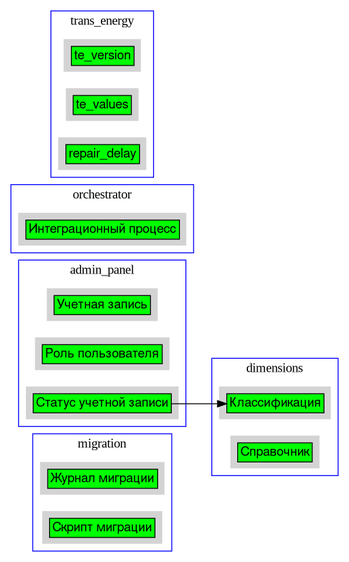
Before: viz/logic_model.gv.png, a diagram exported from Graphviz (larcefox/yalmm_viz). Its source is kept beside it as viz/logic_model.gv.
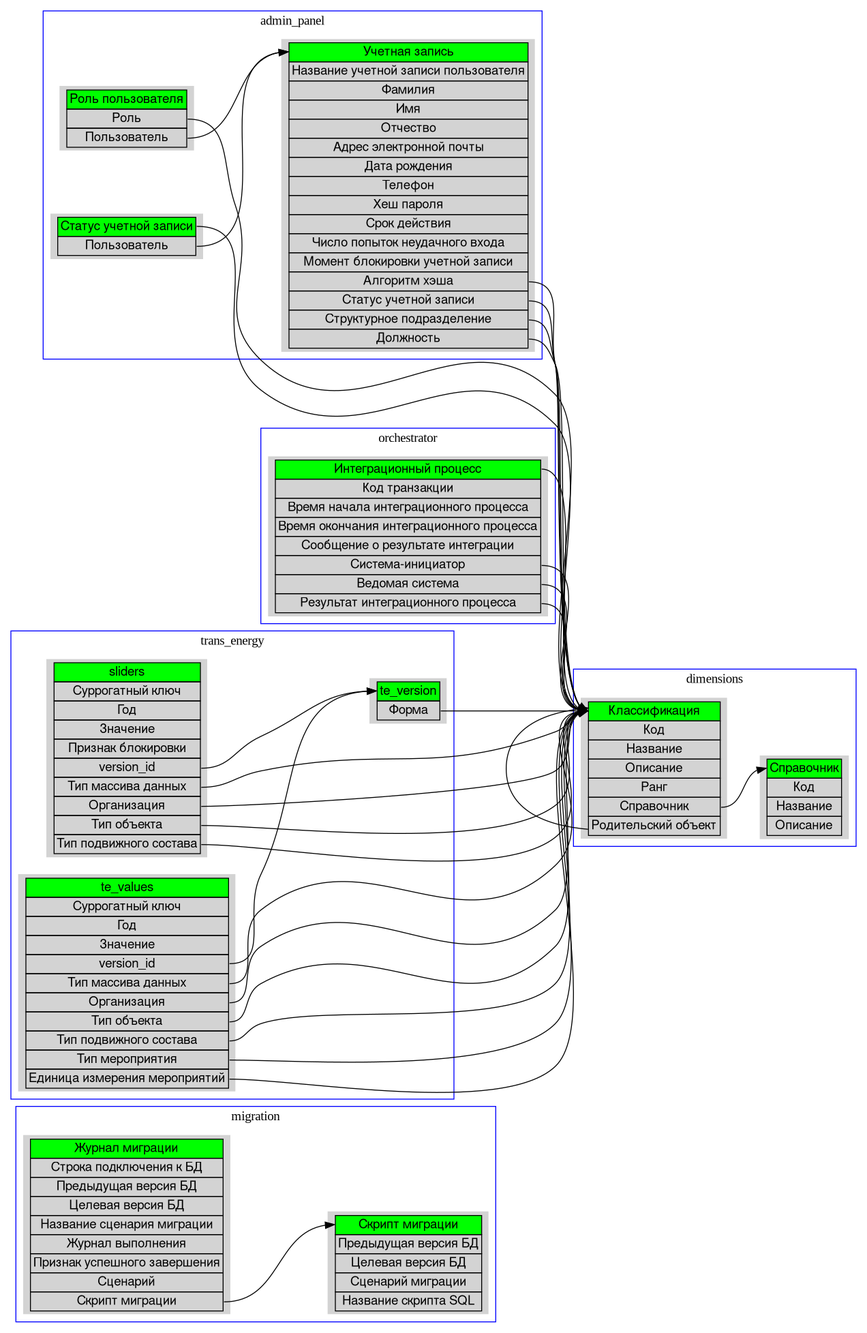
After the change.

The edit, as a diff of the source:
```diff
@@ -5,37 +5,89 @@
 		node [shape=plaintext style=filled]
 		color=blue
 		label=migration
-		"Журнал миграции" [label=<<TABLE BORDER="0" CELLBORDER="1" CELLSPACING="0"><TR><TD bgcolor="green" PORT="0">Журнал миграции</TD></TR></TABLE>>]
-		"Скрипт миграции" [label=<<TABLE BORDER="0" CELLBORDER="1" CELLSPACING="0"><TR><TD bgcolor="green" PORT="0">Скрипт миграции</TD></TR></TABLE>>]
+	}
+	subgraph cluster_0 {
+		node [shape=plaintext style=filled]
+		color=blue
+		label=migration
+		"Журнал миграции" [label=<<TABLE BORDER="0" CELLBORDER="1" CELLSPACING="0"><TR><TD bgcolor="green" PORT="0">Журнал миграции</TD></TR><TR><TD  PORT="1">Строка подключения к БД</TD></TR><TR><TD  PORT="2">Предыдущая версия БД</TD></TR><TR><TD  PORT="3">Целевая версия БД</TD></TR><TR><TD  PORT="4">Название сценария миграции</TD></TR><TR><TD  PORT="5">Журнал выполнения</TD></TR><TR><TD  PORT="6">Признак успешного завершения</TD></TR><TR><TD  PORT="7">Сценарий</TD></TR><TR><TD  PORT="8">Скрипт миграции</TD></TR></TABLE>>]
+		"Скрипт миграции" [label=<<TABLE BORDER="0" CELLBORDER="1" CELLSPACING="0"><TR><TD bgcolor="green" PORT="0">Скрипт миграции</TD></TR><TR><TD  PORT="1">Предыдущая версия БД</TD></TR><TR><TD  PORT="2">Целевая версия БД</TD></TR><TR><TD  PORT="3">Сценарий миграции</TD></TR><TR><TD  PORT="4">Название скрипта SQL</TD></TR></TABLE>>]
+		"Журнал миграции":8 -> "Скрипт миграции":0
 	}
 	subgraph cluster_1 {
 		node [shape=plaintext style=filled]
 		color=blue
 		label=dimensions
-		"Классификация" [label=<<TABLE BORDER="0" CELLBORDER="1" CELLSPACING="0"><TR><TD bgcolor="green" PORT="0">Классификация</TD></TR></TABLE>>]
-		"Справочник" [label=<<TABLE BORDER="0" CELLBORDER="1" CELLSPACING="0"><TR><TD bgcolor="green" PORT="0">Справочник</TD></TR></TABLE>>]
+	}
+	subgraph cluster_1 {
+		node [shape=plaintext style=filled]
+		color=blue
+		label=dimensions
+		"Классификация" [label=<<TABLE BORDER="0" CELLBORDER="1" CELLSPACING="0"><TR><TD bgcolor="green" PORT="0">Классификация</TD></TR><TR><TD  PORT="1">Код</TD></TR><TR><TD  PORT="2">Название</TD></TR><TR><TD  PORT="3">Описание</TD></TR><TR><TD  PORT="4">Ранг</TD></TR><TR><TD  PORT="5">Справочник</TD></TR><TR><TD  PORT="6">Родительский объект</TD></TR></TABLE>>]
+		"Справочник" [label=<<TABLE BORDER="0" CELLBORDER="1" CELLSPACING="0"><TR><TD bgcolor="green" PORT="0">Справочник</TD></TR><TR><TD  PORT="1">Код</TD></TR><TR><TD  PORT="2">Название</TD></TR><TR><TD  PORT="3">Описание</TD></TR></TABLE>>]
+		"Классификация":5 -> "Справочник":0
+		"Классификация":6 -> "Классификация":0
 	}
 	subgraph cluster_2 {
 		node [shape=plaintext style=filled]
 		color=blue
 		label=admin_panel
-		"Учетная запись" [label=<<TABLE BORDER="0" CELLBORDER="1" CELLSPACING="0"><TR><TD bgcolor="green" PORT="0">Учетная запись</TD></TR></TABLE>>]
-		"Роль пользователя" [label=<<TABLE BORDER="0" CELLBORDER="1" CELLSPACING="0"><TR><TD bgcolor="green" PORT="0">Роль пользователя</TD></TR></TABLE>>]
-		"Статус учетной записи" [label=<<TABLE BORDER="0" CELLBORDER="1" CELLSPACING="0"><TR><TD bgcolor="green" PORT="0">Статус учетной записи</TD></TR></TABLE>>]
+	}
+	subgraph cluster_2 {
+		node [shape=plaintext style=filled]
+		color=blue
+		label=admin_panel
+		"Учетная запись" [label=<<TABLE BORDER="0" CELLBORDER="1" CELLSPACING="0"><TR><TD bgcolor="green" PORT="0">Учетная запись</TD></TR><TR><TD  PORT="1">Название учетной записи пользователя</TD></TR><TR><TD  PORT="2">Фамилия</TD></TR><TR><TD  PORT="3">Имя</TD></TR><TR><TD  PORT="4">Отчество</TD></TR><TR><TD  PORT="5">Адрес электронной почты</TD></TR><TR><TD  PORT="6">Дата рождения</TD></TR><TR><TD  PORT="7">Телефон</TD></TR><TR><TD  PORT="8">Хеш пароля</TD></TR><TR><TD  PORT="9">Срок действия</TD></TR><TR><TD  PORT="10">Число попыток неудачного входа</TD></TR><TR><TD  PORT="11">Момент блокировки учетной записи</TD></TR><TR><TD  PORT="12">Алгоритм хэша</TD></TR><TR><TD  PORT="13">Статус учетной записи</TD></TR><TR><TD  PORT="14">Структурное подразделение</TD></TR><TR><TD  PORT="15">Должность</TD></TR></TABLE>>]
+		"Роль пользователя" [label=<<TABLE BORDER="0" CELLBORDER="1" CELLSPACING="0"><TR><TD bgcolor="green" PORT="0">Роль пользователя</TD></TR><TR><TD  PORT="1">Роль</TD></TR><TR><TD  PORT="2">Пользователь</TD></TR></TABLE>>]
+		"Статус учетной записи" [label=<<TABLE BORDER="0" CELLBORDER="1" CELLSPACING="0"><TR><TD bgcolor="green" PORT="0">Статус учетной записи</TD></TR><TR><TD  PORT="1">Пользователь</TD></TR></TABLE>>]
+		"Учетная запись":12 -> "Классификация":0
+		"Учетная запись":13 -> "Классификация":0
+		"Учетная запись":14 -> "Классификация":0
+		"Учетная запись":15 -> "Классификация":0
+		"Роль пользователя":1 -> "Классификация":0
+		"Роль пользователя":2 -> "Учетная запись":0
 		"Статус учетной записи":0 -> "Классификация":0
+		"Статус учетной записи":1 -> "Учетная запись":0
 	}
 	subgraph cluster_3 {
 		node [shape=plaintext style=filled]
 		color=blue
 		label=orchestrator
-		"Интеграционный процесс" [label=<<TABLE BORDER="0" CELLBORDER="1" CELLSPACING="0"><TR><TD bgcolor="green" PORT="0">Интеграционный процесс</TD></TR></TABLE>>]
+	}
+	subgraph cluster_3 {
+		node [shape=plaintext style=filled]
+		color=blue
+		label=orchestrator
+		"Интеграционный процесс" [label=<<TABLE BORDER="0" CELLBORDER="1" CELLSPACING="0"><TR><TD bgcolor="green" PORT="0">Интеграционный процесс</TD></TR><TR><TD  PORT="1">Код транзакции</TD></TR><TR><TD  PORT="2">Время начала интеграционного процесса</TD></TR><TR><TD  PORT="3">Время окончания интеграционного процесса</TD></TR><TR><TD  PORT="4">Сообщение о результате интеграции</TD></TR><TR><TD  PORT="5">Система-инициатор</TD></TR><TR><TD  PORT="6">Ведомая система</TD></TR><TR><TD  PORT="7">Результат интеграционного процесса</TD></TR></TABLE>>]
+		"Интеграционный процесс":5 -> "Классификация":0
+		"Интеграционный процесс":6 -> "Классификация":0
+		"Интеграционный процесс":0 -> "Классификация":0
+		"Интеграционный процесс":7 -> "Классификация":0
 	}
 	subgraph cluster_4 {
 		node [shape=plaintext style=filled]
 		color=blue
 		label=trans_energy
-		te_version [label=<<TABLE BORDER="0" CELLBORDER="1" CELLSPACING="0"><TR><TD bgcolor="green" PORT="0">te_version</TD></TR></TABLE>>]
-		te_values [label=<<TABLE BORDER="0" CELLBORDER="1" CELLSPACING="0"><TR><TD bgcolor="green" PORT="0">te_values</TD></TR></TABLE>>]
-		repair_delay [label=<<TABLE BORDER="0" CELLBORDER="1" CELLSPACING="0"><TR><TD bgcolor="green" PORT="0">repair_delay</TD></TR></TABLE>>]
+	}
+	subgraph cluster_4 {
+		node [shape=plaintext style=filled]
+		color=blue
+		label=trans_energy
+		te_version [label=<<TABLE BORDER="0" CELLBORDER="1" CELLSPACING="0"><TR><TD bgcolor="green" PORT="0">te_version</TD></TR><TR><TD  PORT="1">Форма</TD></TR></TABLE>>]
+		te_values [label=<<TABLE BORDER="0" CELLBORDER="1" CELLSPACING="0"><TR><TD bgcolor="green" PORT="0">te_values</TD></TR><TR><TD  PORT="1">Суррогатный ключ</TD></TR><TR><TD  PORT="2">Год</TD></TR><TR><TD  PORT="3">Значение</TD></TR><TR><TD  PORT="4">version_id</TD></TR><TR><TD  PORT="5">Тип массива данных</TD></TR><TR><TD  PORT="6">Организация</TD></TR><TR><TD  PORT="7">Тип объекта</TD></TR><TR><TD  PORT="8">Тип подвижного состава</TD></TR><TR><TD  PORT="9">Тип мероприятия</TD></TR><TR><TD  PORT="10">Единица измерения мероприятий</TD></TR></TABLE>>]
+		sliders [label=<<TABLE BORDER="0" CELLBORDER="1" CELLSPACING="0"><TR><TD bgcolor="green" PORT="0">sliders</TD></TR><TR><TD  PORT="1">Суррогатный ключ</TD></TR><TR><TD  PORT="2">Год</TD></TR><TR><TD  PORT="3">Значение</TD></TR><TR><TD  PORT="4">Признак блокировки</TD></TR><TR><TD  PORT="5">version_id</TD></TR><TR><TD  PORT="6">Тип массива данных</TD></TR><TR><TD  PORT="7">Организация</TD></TR><TR><TD  PORT="8">Тип объекта</TD></TR><TR><TD  PORT="9">Тип подвижного состава</TD></TR></TABLE>>]
+		te_version:1 -> "Классификация":0
+		te_values:4 -> te_version:0
+		te_values:5 -> "Классификация":0
+		te_values:6 -> "Классификация":0
+		te_values:7 -> "Классификация":0
+		te_values:8 -> "Классификация":0
+		te_values:9 -> "Классификация":0
+		te_values:10 -> "Классификация":0
+		sliders:5 -> te_version:0
+		sliders:6 -> "Классификация":0
+		sliders:7 -> "Классификация":0
+		sliders:8 -> "Классификация":0
+		sliders:9 -> "Классификация":0
 	}
 }
```
